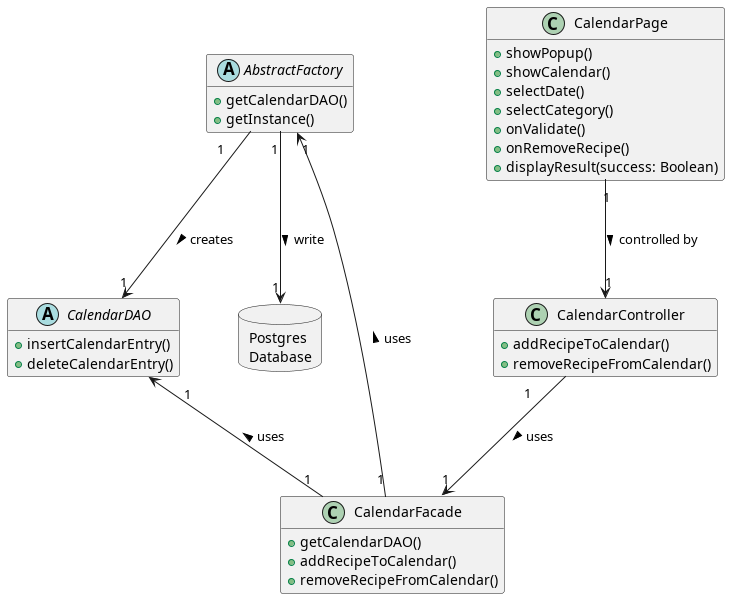
Before: doc/reports/final/img/calendarClassDiagram.png, a diagram exported from PlantUML (iusildra/WineCellar). Source of this version:
```plantuml
@startuml calendarClassDiagram
hide empty members
class CalendarPage {
  + showPopup()
  + showCalendar()
  + selectDate()
  + selectCategory()
  + onValidate()
  + onRemoveRecipe()
  + displayResult(success: Boolean)
}

class CalendarController {
  + addRecipeToCalendar()
  + removeRecipeFromCalendar()
}

class CalendarFacade{
  + getCalendarDAO()
  + addRecipeToCalendar()
  + removeRecipeFromCalendar()
}

abstract CalendarDAO {
  + insertCalendarEntry()
  + deleteCalendarEntry()
}

abstract AbstractFactory{
  + getCalendarDAO()
  + getInstance()
}

database "Postgres\nDatabase" as Postgres {

}

CalendarPage       "1" -->  "1" CalendarController: > controlled by
CalendarController "1" -->  "1" CalendarFacade: > uses
CalendarFacade     "1" -u-> "1" AbstractFactory: > uses
AbstractFactory    "1" -->  "1" CalendarDAO: > creates
AbstractFactory    "1" -d-> "1" Postgres: > write
CalendarFacade     "1" -u-> "1" CalendarDAO: > uses
@enduml
```
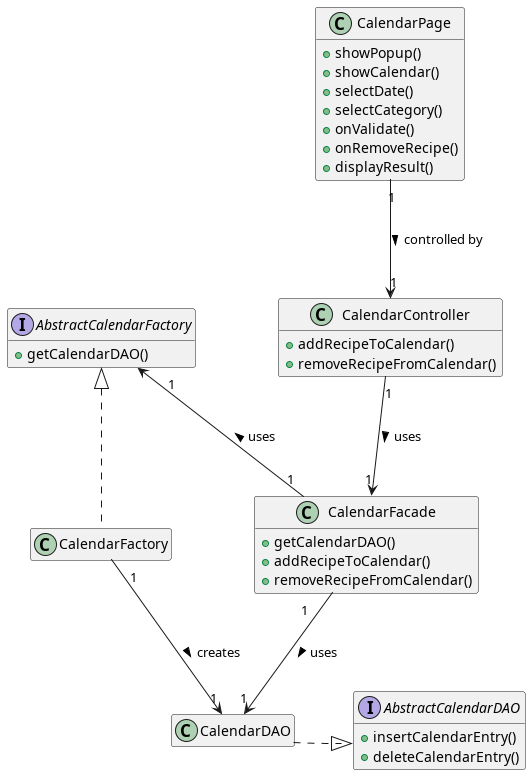
The same diagram one commit later.

What changed in the source:
```diff
@@ -7,7 +7,7 @@
   + selectCategory()
   + onValidate()
   + onRemoveRecipe()
-  + displayResult(success: Boolean)
+  + displayResult()
 }
 
 class CalendarController {
@@ -21,24 +21,27 @@
   + removeRecipeFromCalendar()
 }
 
-abstract CalendarDAO {
+interface AbstractCalendarDAO {
   + insertCalendarEntry()
   + deleteCalendarEntry()
 }
 
-abstract AbstractFactory{
-  + getCalendarDAO()
-  + getInstance()
+class CalendarDAO {
 }
 
-database "Postgres\nDatabase" as Postgres {
-
+interface AbstractCalendarFactory{
+  + getCalendarDAO()
 }
 
+class CalendarFactory {
+}
+
+CalendarFactory .u.|> AbstractCalendarFactory
+CalendarDAO     .r.|> AbstractCalendarDAO
+
 CalendarPage       "1" -->  "1" CalendarController: > controlled by
-CalendarController "1" -->  "1" CalendarFacade: > uses
-CalendarFacade     "1" -u-> "1" AbstractFactory: > uses
-AbstractFactory    "1" -->  "1" CalendarDAO: > creates
-AbstractFactory    "1" -d-> "1" Postgres: > write
-CalendarFacade     "1" -u-> "1" CalendarDAO: > uses
+CalendarController "1" -d->  "1" CalendarFacade: > uses
+CalendarFacade     "1" -l-> "1" AbstractCalendarFactory: > uses
+CalendarFactory    "1" -->  "1" CalendarDAO: > creates
+CalendarFacade     "1" --> "1" CalendarDAO: > uses
 @enduml
```
